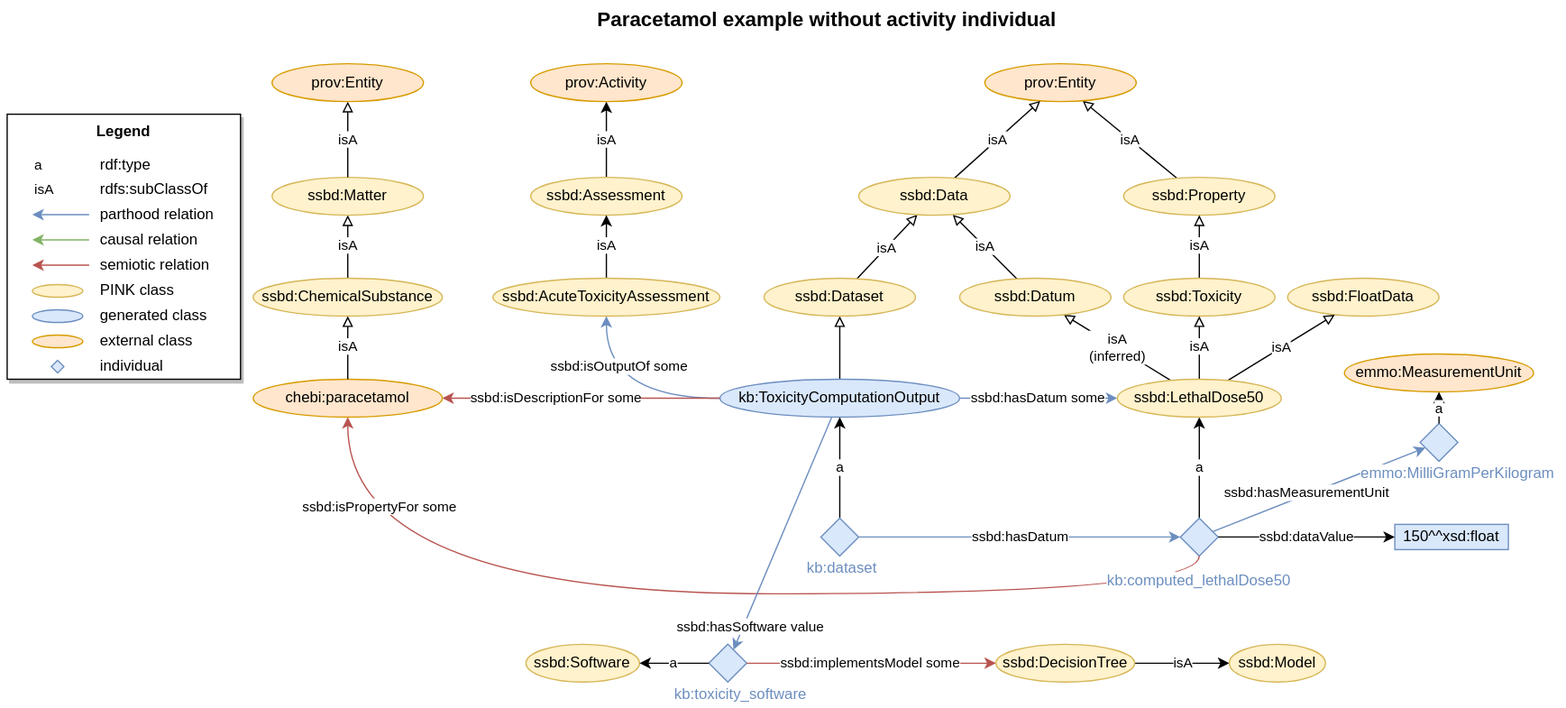
This is docs/figs/paracetamol-example-without-activity-individual.svg from ssbd-ontology/core, a draw.io export, as it was before one commit. Source tidied: cells renumbered, new cells last; positions are measured from the earlier drawing's top-left corner, leaving out a move shared by most shapes.
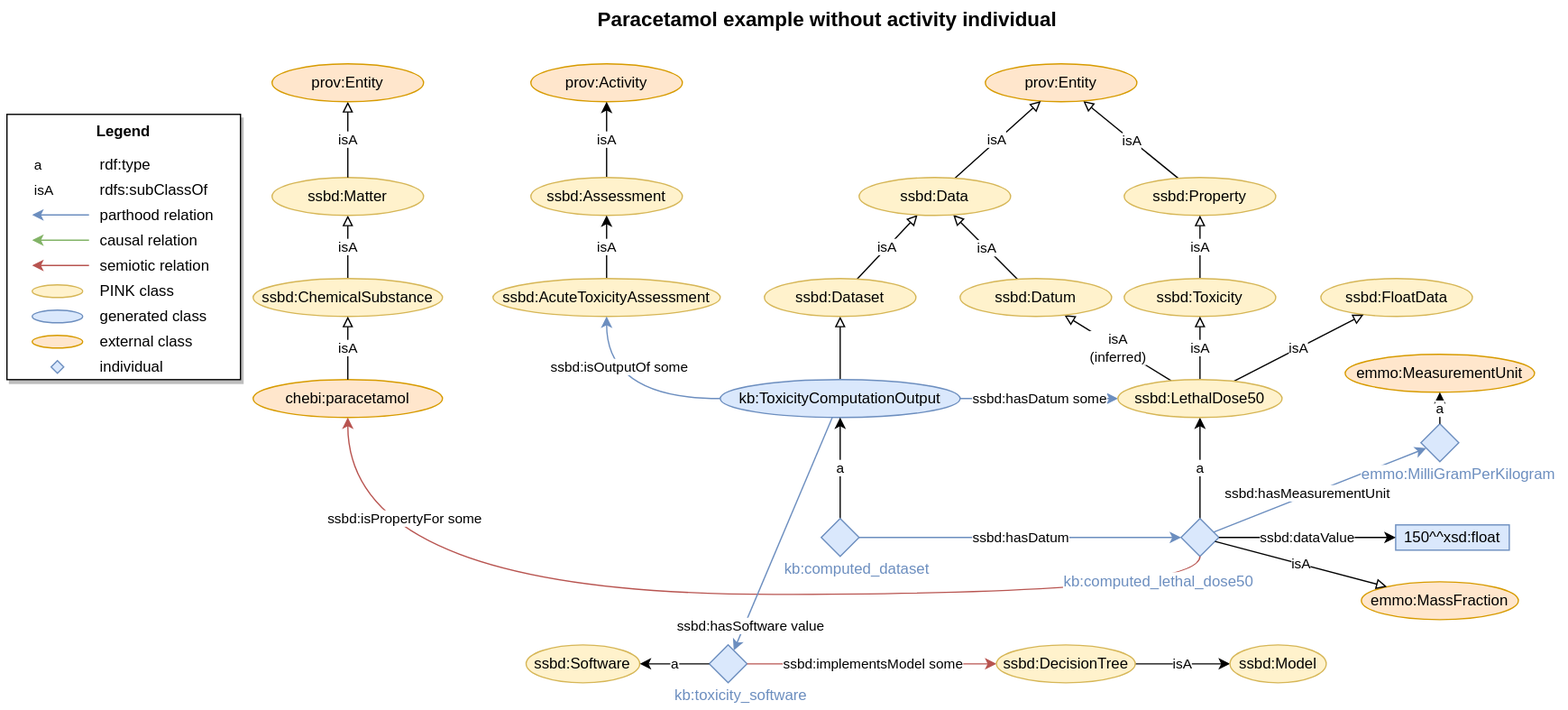
Above is the later version.

Commit message:
Added paracetamol example

The edit, as a diff of the source:
```diff
@@ -80,18 +80,18 @@
       <mxGeometry relative="1" as="geometry" />
     </mxCell>
     <mxCell id="27" value="ssbd:isPropertyFor some" style="edgeStyle=orthogonalEdgeStyle;shape=connector;rounded=0;jettySize=auto;html=1;strokeColor=#b85450;align=center;verticalAlign=middle;fontFamily=Helvetica;fontSize=11;fontColor=default;labelBackgroundColor=default;endArrow=classic;endFill=1;curved=1;fillColor=#f8cecc;exitX=0.5;exitY=1;exitDx=0;exitDy=0;" parent="1" edge="1" source="25" target="6">
-      <mxGeometry x="0.83" y="-25" relative="1" as="geometry">
+      <mxGeometry x="0.81" y="-45" relative="1" as="geometry">
         <Array as="points">
           <mxPoint x="950" y="470" />
           <mxPoint x="275" y="470" />
         </Array>
       </mxGeometry>
     </mxCell>
-    <mxCell id="28" value="kb:computed_lethalDose50" style="text;html=1;align=center;verticalAlign=middle;whiteSpace=wrap;rounded=0;labelBackgroundColor=default;fontColor=#6C8EBF;" parent="1" vertex="1">
-      <mxGeometry x="920" y="450" width="60" height="20" as="geometry" />
+    <mxCell id="28" value="kb:computed_lethal_dose50" style="text;html=1;align=center;verticalAlign=middle;whiteSpace=wrap;rounded=0;labelBackgroundColor=default;fontColor=#6C8EBF;" parent="1" vertex="1">
+      <mxGeometry x="870" y="450" width="95" height="20" as="geometry" />
     </mxCell>
     <mxCell id="29" value="ssbd:FloatData" style="ellipse;whiteSpace=wrap;html=1;fillColor=#fff2cc;strokeColor=#d6b656;" parent="1" vertex="1">
-      <mxGeometry x="1020" y="220" width="120" height="30" as="geometry" />
+      <mxGeometry x="1045.8" y="220" width="120" height="30" as="geometry" />
     </mxCell>
     <mxCell id="30" value="150^^xsd:float" style="rounded=0;whiteSpace=wrap;html=1;fillColor=#dae8fc;strokeColor=#6c8ebf;" parent="1" vertex="1">
       <mxGeometry x="1105" y="415" width="90" height="20" as="geometry" />
@@ -219,41 +219,44 @@
     <mxCell id="68" value="&lt;b&gt;&lt;font style=&quot;font-size: 16px;&quot;&gt;Paracetamol example without activity individual&lt;/font&gt;&lt;/b&gt;" style="text;html=1;align=center;verticalAlign=middle;whiteSpace=wrap;rounded=0;" parent="1" vertex="1">
       <mxGeometry x="350" width="610" height="30" as="geometry" />
     </mxCell>
-    <mxCell id="69" value="kb:dataset" style="text;html=1;align=center;verticalAlign=middle;whiteSpace=wrap;rounded=0;fontColor=#6C8EBF;labelBackgroundColor=default;" parent="1" vertex="1">
-      <mxGeometry x="637" y="440" width="60" height="20" as="geometry" />
+    <mxCell id="69" value="kb:computed_dataset" style="text;html=1;align=center;verticalAlign=middle;whiteSpace=wrap;rounded=0;fontColor=#6C8EBF;labelBackgroundColor=default;" parent="1" vertex="1">
+      <mxGeometry x="637" y="440" width="83" height="20" as="geometry" />
     </mxCell>
     <mxCell id="70" value="ssbd:isOutputOf some" style="endArrow=none;html=1;rounded=0;strokeColor=#6c8ebf;align=center;verticalAlign=middle;fontFamily=Helvetica;fontSize=11;fontColor=default;labelBackgroundColor=default;exitX=0.5;exitY=1;exitDx=0;exitDy=0;entryX=0;entryY=0.5;entryDx=0;entryDy=0;edgeStyle=orthogonalEdgeStyle;curved=1;startFill=1;startArrow=classic;fillColor=#dae8fc;" parent="1" edge="1" source="67" target="13">
       <mxGeometry x="-0.48" y="10" relative="1" as="geometry" />
     </mxCell>
-    <mxCell id="71" value="ssbd:isDescriptionFor some" style="endArrow=none;html=1;rounded=0;strokeColor=#B85450;align=center;verticalAlign=middle;fontFamily=Helvetica;fontSize=11;fontColor=default;labelBackgroundColor=default;edgeStyle=orthogonalEdgeStyle;curved=1;startFill=1;startArrow=classic;fillColor=#dae8fc;" parent="1" edge="1" source="6" target="13">
-      <mxGeometry x="-0.18" relative="1" as="geometry" />
+    <mxCell id="71" style="rhombus;whiteSpace=wrap;html=1;fillColor=#dae8fc;strokeColor=#6c8ebf;" parent="1" vertex="1">
+      <mxGeometry x="561.2" y="510" width="30" height="30" as="geometry" />
     </mxCell>
-    <mxCell id="72" style="rhombus;whiteSpace=wrap;html=1;fillColor=#dae8fc;strokeColor=#6c8ebf;" parent="1" vertex="1">
-      <mxGeometry x="561.2" y="510" width="30" height="30" as="geometry" />
+    <mxCell id="72" value="ssbd:implementsModel some" style="edgeStyle=none;shape=connector;rounded=0;jettySize=auto;html=1;strokeColor=#b85450;align=center;verticalAlign=middle;fontFamily=Helvetica;fontSize=11;fontColor=default;labelBackgroundColor=default;endArrow=classic;endFill=1;fillColor=#f8cecc;entryX=0;entryY=0.5;entryDx=0;entryDy=0;" parent="1" edge="1" source="71" target="76">
+      <mxGeometry relative="1" as="geometry" />
     </mxCell>
-    <mxCell id="73" value="ssbd:implementsModel some" style="edgeStyle=none;shape=connector;rounded=0;jettySize=auto;html=1;strokeColor=#b85450;align=center;verticalAlign=middle;fontFamily=Helvetica;fontSize=11;fontColor=default;labelBackgroundColor=default;endArrow=classic;endFill=1;fillColor=#f8cecc;entryX=0;entryY=0.5;entryDx=0;entryDy=0;" parent="1" edge="1" source="72" target="77">
-      <mxGeometry relative="1" as="geometry" />
+    <mxCell id="73" value="kb:toxicity_software" style="text;html=1;align=right;verticalAlign=middle;whiteSpace=wrap;rounded=0;fontColor=#6C8EBF;" parent="1" vertex="1">
+      <mxGeometry x="511.2" y="540" width="130" height="20" as="geometry" />
     </mxCell>
-    <mxCell id="74" value="kb:toxicity_software" style="text;html=1;align=right;verticalAlign=middle;whiteSpace=wrap;rounded=0;fontColor=#6C8EBF;" parent="1" vertex="1">
-      <mxGeometry x="511.2" y="540" width="130" height="20" as="geometry" />
+    <mxCell id="74" value="ssbd:Software" style="ellipse;whiteSpace=wrap;html=1;fillColor=#fff2cc;strokeColor=#d6b656;" parent="1" vertex="1">
+      <mxGeometry x="416.2" y="510" width="90" height="30" as="geometry" />
     </mxCell>
-    <mxCell id="75" value="ssbd:Software" style="ellipse;whiteSpace=wrap;html=1;fillColor=#fff2cc;strokeColor=#d6b656;" parent="1" vertex="1">
-      <mxGeometry x="416.2" y="510" width="90" height="30" as="geometry" />
+    <mxCell id="75" value="isA" style="edgeStyle=orthogonalEdgeStyle;rounded=0;jettySize=auto;html=1;entryX=0;entryY=0.5;entryDx=0;entryDy=0;" parent="1" edge="1" source="76" target="78">
+      <mxGeometry relative="1" as="geometry" />
     </mxCell>
-    <mxCell id="76" value="isA" style="edgeStyle=orthogonalEdgeStyle;rounded=0;jettySize=auto;html=1;entryX=0;entryY=0.5;entryDx=0;entryDy=0;" parent="1" edge="1" source="77" target="79">
-      <mxGeometry relative="1" as="geometry" />
+    <mxCell id="76" value="ssbd:DecisionTree" style="ellipse;whiteSpace=wrap;html=1;fillColor=#fff2cc;strokeColor=#d6b656;" parent="1" vertex="1">
+      <mxGeometry x="788.8" y="510" width="110" height="30" as="geometry" />
     </mxCell>
-    <mxCell id="77" value="ssbd:DecisionTree" style="ellipse;whiteSpace=wrap;html=1;fillColor=#fff2cc;strokeColor=#d6b656;" parent="1" vertex="1">
-      <mxGeometry x="788.8" y="510" width="110" height="30" as="geometry" />
+    <mxCell id="77" value="a" style="rounded=0;jettySize=auto;html=1;" parent="1" edge="1" source="71" target="74">
+      <mxGeometry relative="1" as="geometry" />
     </mxCell>
-    <mxCell id="78" value="a" style="rounded=0;jettySize=auto;html=1;" parent="1" edge="1" source="72" target="75">
-      <mxGeometry relative="1" as="geometry" />
+    <mxCell id="78" value="ssbd:Model" style="ellipse;whiteSpace=wrap;html=1;fillColor=#fff2cc;strokeColor=#d6b656;" parent="1" vertex="1">
+      <mxGeometry x="973.8" y="510" width="76.2" height="30" as="geometry" />
     </mxCell>
-    <mxCell id="79" value="ssbd:Model" style="ellipse;whiteSpace=wrap;html=1;fillColor=#fff2cc;strokeColor=#d6b656;" parent="1" vertex="1">
-      <mxGeometry x="973.8" y="510" width="76.2" height="30" as="geometry" />
+    <mxCell id="79" value="ssbd:hasSoftware value" style="edgeStyle=none;shape=connector;rounded=0;jettySize=auto;html=1;strokeColor=#6c8ebf;align=center;verticalAlign=middle;fontFamily=Helvetica;fontSize=11;fontColor=default;labelBackgroundColor=default;endArrow=classic;endFill=1;fillColor=#dae8fc;" parent="1" edge="1" source="13" target="71">
+      <mxGeometry x="0.78" y="5" relative="1" as="geometry" />
     </mxCell>
-    <mxCell id="80" value="ssbd:hasSoftware value" style="edgeStyle=none;shape=connector;rounded=0;jettySize=auto;html=1;strokeColor=#6c8ebf;align=center;verticalAlign=middle;fontFamily=Helvetica;fontSize=11;fontColor=default;labelBackgroundColor=default;endArrow=classic;endFill=1;fillColor=#dae8fc;" parent="1" edge="1" source="13" target="72">
-      <mxGeometry x="0.78" y="5" relative="1" as="geometry" />
+    <mxCell id="80" value="emmo:MassFraction" style="ellipse;whiteSpace=wrap;html=1;fillColor=#ffe6cc;strokeColor=#d79b00;" parent="1" vertex="1">
+      <mxGeometry x="1077.8" y="460" width="124.4" height="30" as="geometry" />
     </mxCell>
+    <mxCell id="81" value="isA" style="edgeStyle=none;shape=connector;rounded=0;jettySize=auto;html=1;strokeColor=default;align=center;verticalAlign=middle;fontFamily=Helvetica;fontSize=11;fontColor=default;labelBackgroundColor=default;endArrow=block;endFill=0;" parent="1" edge="1" source="25" target="80">
+      <mxGeometry relative="1" as="geometry" />
+    </mxCell>
   </root>
 </mxGraphModel>
```
